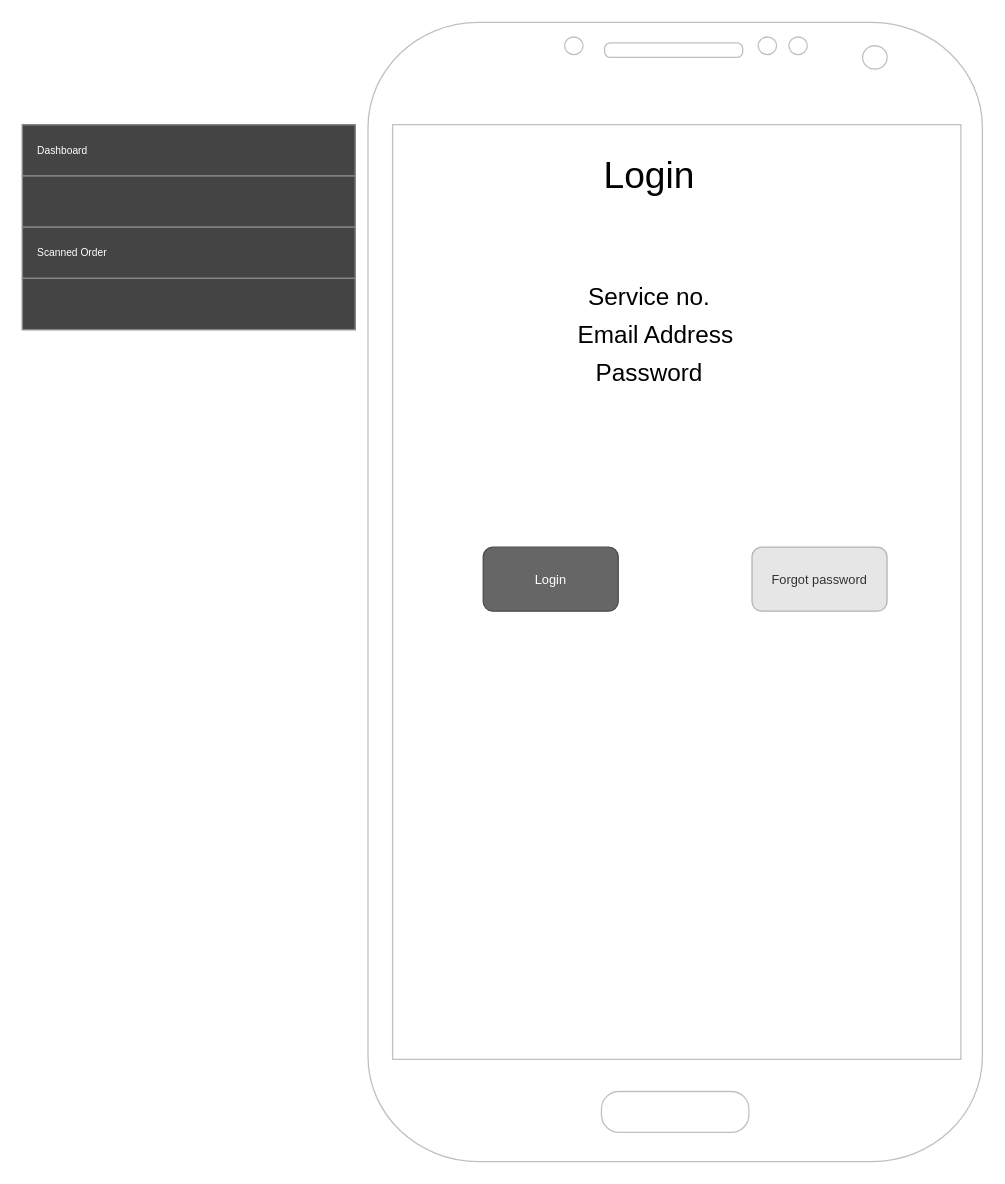
The draw.io diagram page "Login" (1 of 6) of Documentation/Wireframes/NFS Mobile App v3.drawio in ThatOneGal/NavyFoodSecurity, before the edit. Source tidied: cells renumbered, new cells numbered last; positions are measured from the earlier drawing's top-left corner, leaving out a move shared by most shapes. Both pictures are drawn from the tidied source at 128%, with x=0, y=0 at pixel (22, 22).
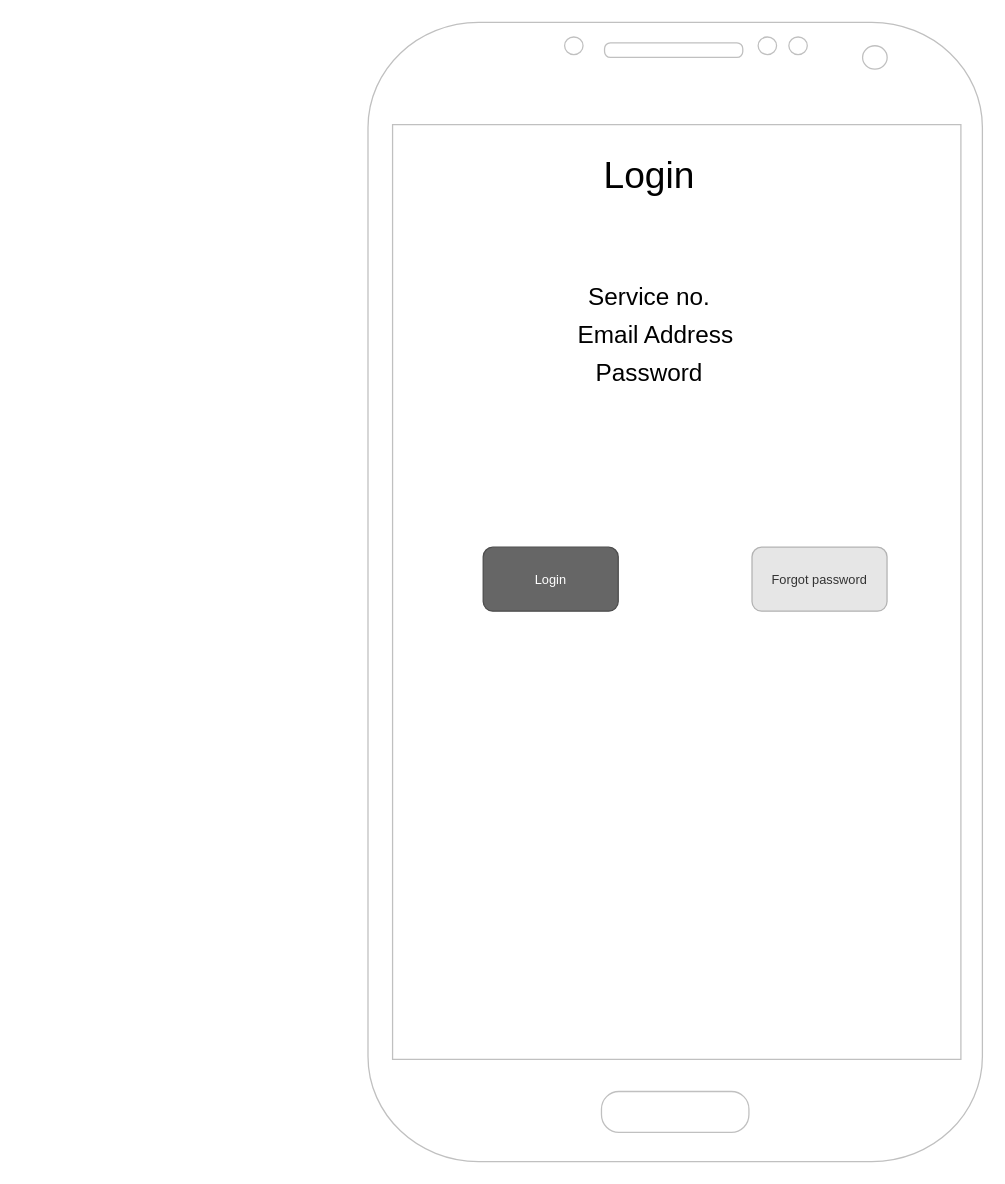
Above is the later version.

Diff of the diagram source:
```diff
@@
 <mxGraphModel>
   <root>
     <mxCell id="0" />
     <mxCell id="1" parent="0" />
     <mxCell id="2" style="verticalLabelPosition=bottom;verticalAlign=top;html=1;shadow=0;dashed=0;strokeWidth=1;shape=mxgraph.android.phone2;strokeColor=#c0c0c0;" parent="1" vertex="1">
       <mxGeometry x="270" width="480" height="890" as="geometry" />
     </mxCell>
-    <mxCell id="3" style="strokeWidth=1;html=1;shadow=0;dashed=0;shape=mxgraph.android.rrect;rSize=0;strokeColor=#888888;fillColor=#444444;" parent="1" vertex="1">
-      <mxGeometry y="80" width="260" height="160" as="geometry" />
-    </mxCell>
-    <mxCell id="4" value="Dashboard" style="strokeColor=inherit;fillColor=inherit;gradientColor=inherit;strokeWidth=1;html=1;shadow=0;dashed=0;shape=mxgraph.android.rrect;rSize=0;align=left;spacingLeft=10;fontSize=8;fontColor=#ffffff;" parent="3" vertex="1">
-      <mxGeometry width="260" height="40" as="geometry" />
-    </mxCell>
-    <mxCell id="5" style="strokeColor=inherit;fillColor=inherit;gradientColor=inherit;strokeWidth=1;html=1;shadow=0;dashed=0;shape=mxgraph.android.rrect;rSize=0;align=left;spacingLeft=10;fontSize=8;fontColor=#ffffff;" parent="3" vertex="1">
-      <mxGeometry y="40" width="260" height="40" as="geometry" />
-    </mxCell>
-    <mxCell id="6" value="Scanned Order" style="strokeColor=inherit;fillColor=inherit;gradientColor=inherit;strokeWidth=1;html=1;shadow=0;dashed=0;shape=mxgraph.android.rrect;rSize=0;align=left;spacingLeft=10;fontSize=8;fontColor=#ffffff;" parent="3" vertex="1">
-      <mxGeometry y="80" width="260" height="40" as="geometry" />
-    </mxCell>
-    <mxCell id="7" style="strokeColor=inherit;fillColor=inherit;gradientColor=inherit;strokeWidth=1;html=1;shadow=0;dashed=0;shape=mxgraph.android.rrect;rSize=0;align=left;spacingLeft=10;fontSize=8;fontColor=#ffffff;" parent="3" vertex="1">
-      <mxGeometry y="120" width="260" height="40" as="geometry" />
-    </mxCell>
     <mxCell id="8" value="Login" style="text;html=1;strokeColor=none;fillColor=none;align=center;verticalAlign=middle;whiteSpace=wrap;rounded=0;opacity=0;fontSize=29;" parent="1" vertex="1">
       <mxGeometry x="420" y="100" width="140" height="40" as="geometry" />
     </mxCell>
     <mxCell id="9" value="Service no." style="text;html=1;strokeColor=none;fillColor=none;align=center;verticalAlign=middle;whiteSpace=wrap;rounded=0;fontSize=19;" parent="1" vertex="1">
       <mxGeometry x="425" y="200" width="130" height="30" as="geometry" />
     </mxCell>
     <mxCell id="10" value="Email Address" style="text;html=1;strokeColor=none;fillColor=none;align=center;verticalAlign=middle;whiteSpace=wrap;rounded=0;fontSize=19;" parent="1" vertex="1">
       <mxGeometry x="430" y="230" width="130" height="30" as="geometry" />
     </mxCell>
     <mxCell id="11" value="Password" style="text;html=1;strokeColor=none;fillColor=none;align=center;verticalAlign=middle;whiteSpace=wrap;rounded=0;fontSize=19;" parent="1" vertex="1">
       <mxGeometry x="425" y="260" width="130" height="30" as="geometry" />
     </mxCell>
     <mxCell id="12" value="Forgot password" style="rounded=1;html=1;shadow=0;dashed=0;whiteSpace=wrap;fontSize=10;fillColor=#E6E6E6;align=center;strokeColor=#B3B3B3;fontColor=#333333;" parent="1" vertex="1">
       <mxGeometry x="570" y="410" width="105.5" height="50" as="geometry" />
     </mxCell>
     <mxCell id="13" value="Login" style="rounded=1;html=1;shadow=0;dashed=0;whiteSpace=wrap;fontSize=10;fillColor=#666666;align=center;strokeColor=#4D4D4D;fontColor=#ffffff;" parent="1" vertex="1">
       <mxGeometry x="360" y="410" width="105.5" height="50" as="geometry" />
     </mxCell>
   </root>
 </mxGraphModel>
```
